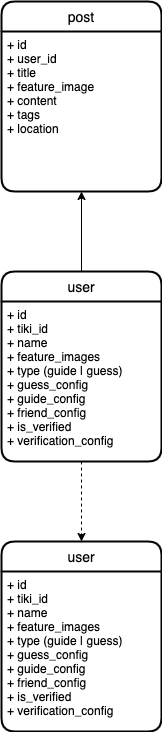
This is assets/flow-charts/01-detailerDb.png from minhphong306/nestjs-typeorm-mysql-jwt-boilerplate, a draw.io export, as it was before one commit. Source tidied: cells renumbered, new cells last; positions are measured from the earlier drawing's top-left corner, leaving out a move shared by most shapes.
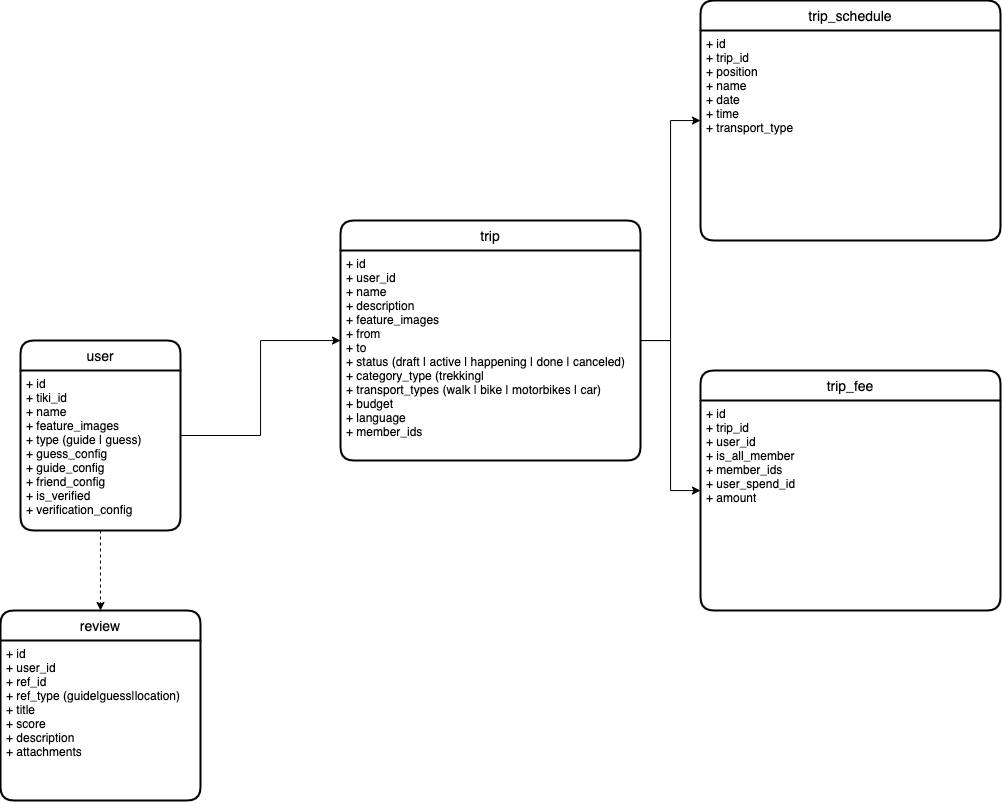
The same file after the commit.

The edit, as a diff of the source:
```diff
@@ -14,17 +14,35 @@
     <mxCell id="5" value="+ id&#10;+ tiki_id&#10;+ name&#10;+ feature_images&#10;+ type (guide | guess)&#10;+ guess_config&#10;+ guide_config&#10;+ friend_config&#10;+ is_verified&#10;+ verification_config" style="align=left;strokeColor=none;fillColor=none;spacingLeft=4;fontSize=12;verticalAlign=top;" parent="4" vertex="1">
       <mxGeometry y="30" width="160" height="160" as="geometry" />
     </mxCell>
+    <mxCell id="10" style="edgeStyle=orthogonalEdgeStyle;rounded=0;jettySize=auto;html=1;" parent="1" edge="1" source="6" target="12">
+      <mxGeometry relative="1" as="geometry" />
+    </mxCell>
+    <mxCell id="11" style="edgeStyle=orthogonalEdgeStyle;rounded=0;jettySize=auto;html=1;" parent="1" edge="1" source="6" target="14">
+      <mxGeometry relative="1" as="geometry" />
+    </mxCell>
-    <mxCell id="6" value="post" style="swimlane;horizontal=1;startSize=30;rounded=1;fontSize=14;fontStyle=0;strokeWidth=2;shadow=0;dashed=0;align=center;" parent="1" vertex="1">
-      <mxGeometry width="160" height="190" as="geometry" />
+    <mxCell id="6" value="trip" style="swimlane;horizontal=1;startSize=30;rounded=1;fontSize=14;fontStyle=0;strokeWidth=2;shadow=0;dashed=0;align=center;" parent="1" vertex="1">
+      <mxGeometry x="320" y="150" width="300" height="240" as="geometry" />
     </mxCell>
-    <mxCell id="7" value="+ id&#10;+ user_id&#10;+ title&#10;+ feature_image&#10;+ content&#10;+ tags&#10;+ location" style="align=left;strokeColor=none;fillColor=none;spacingLeft=4;fontSize=12;verticalAlign=top;" parent="6" vertex="1">
-      <mxGeometry y="30" width="160" height="160" as="geometry" />
+    <mxCell id="7" value="+ id&#10;+ user_id&#10;+ name&#10;+ description&#10;+ feature_images&#10;+ from&#10;+ to&#10;+ status (draft | active | happening | done | canceled)&#10;+ category_type (trekking|&#10;+ transport_types (walk | bike | motorbikes | car)&#10;+ budget&#10;+ language&#10;+ member_ids" style="align=left;strokeColor=none;fillColor=none;spacingLeft=4;fontSize=12;verticalAlign=top;" parent="6" vertex="1">
+      <mxGeometry y="30" width="300" height="210" as="geometry" />
     </mxCell>
-    <mxCell id="8" value="user" style="swimlane;horizontal=1;startSize=30;rounded=1;fontSize=14;fontStyle=0;strokeWidth=2;shadow=0;dashed=0;align=center;" parent="1" vertex="1">
-      <mxGeometry y="540" width="160" height="190" as="geometry" />
+    <mxCell id="8" value="review" style="swimlane;horizontal=1;startSize=30;rounded=1;fontSize=14;fontStyle=0;strokeWidth=2;shadow=0;dashed=0;align=center;" parent="1" vertex="1">
+      <mxGeometry x="-20" y="540" width="200" height="190" as="geometry" />
     </mxCell>
-    <mxCell id="9" value="+ id&#10;+ tiki_id&#10;+ name&#10;+ feature_images&#10;+ type (guide | guess)&#10;+ guess_config&#10;+ guide_config&#10;+ friend_config&#10;+ is_verified&#10;+ verification_config" style="align=left;strokeColor=none;fillColor=none;spacingLeft=4;fontSize=12;verticalAlign=top;" parent="8" vertex="1">
-      <mxGeometry y="30" width="160" height="160" as="geometry" />
+    <mxCell id="9" value="+ id&#10;+ user_id&#10;+ ref_id&#10;+ ref_type (guide|guess|location)&#10;+ title&#10;+ score&#10;+ description&#10;+ attachments" style="align=left;strokeColor=none;fillColor=none;spacingLeft=4;fontSize=12;verticalAlign=top;" parent="8" vertex="1">
+      <mxGeometry y="30" width="200" height="160" as="geometry" />
     </mxCell>
+    <mxCell id="12" value="trip_schedule" style="swimlane;horizontal=1;startSize=30;rounded=1;fontSize=14;fontStyle=0;strokeWidth=2;shadow=0;dashed=0;align=center;" parent="1" vertex="1">
+      <mxGeometry x="680" y="-70" width="300" height="240" as="geometry" />
+    </mxCell>
+    <mxCell id="13" value="+ id&#10;+ trip_id&#10;+ position&#10;+ name&#10;+ date&#10;+ time&#10;+ transport_type" style="align=left;strokeColor=none;fillColor=none;spacingLeft=4;fontSize=12;verticalAlign=top;" parent="12" vertex="1">
+      <mxGeometry y="30" width="300" height="210" as="geometry" />
+    </mxCell>
+    <mxCell id="14" value="trip_fee" style="swimlane;horizontal=1;startSize=30;rounded=1;fontSize=14;fontStyle=0;strokeWidth=2;shadow=0;dashed=0;align=center;" parent="1" vertex="1">
+      <mxGeometry x="680" y="300" width="300" height="240" as="geometry" />
+    </mxCell>
+    <mxCell id="15" value="+ id&#10;+ trip_id&#10;+ user_id&#10;+ is_all_member&#10;+ member_ids&#10;+ user_spend_id&#10;+ amount" style="align=left;strokeColor=none;fillColor=none;spacingLeft=4;fontSize=12;verticalAlign=top;" parent="14" vertex="1">
+      <mxGeometry y="30" width="300" height="210" as="geometry" />
+    </mxCell>
   </root>
 </mxGraphModel>
```
